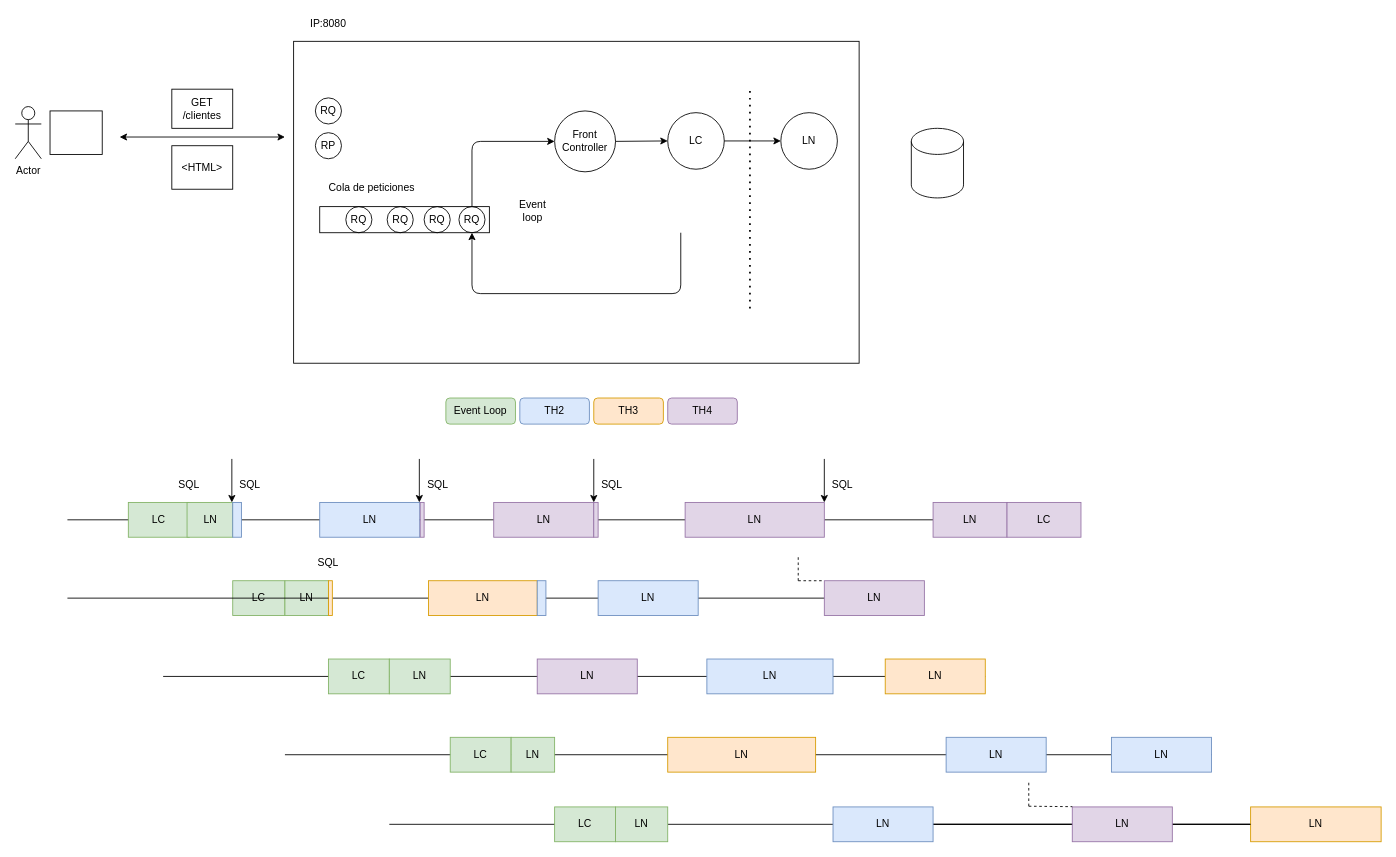
lrag/Quarkus keeps this draw.io diagram as page "Página-7" (7 of 11) of quarkus.drawio. Above is the earlier version. Source tidied: cells renumbered, new cells numbered last; positions are measured from the earlier drawing's top-left corner, leaving out a move shared by most shapes. Both pictures are drawn from the tidied source at 87%, with x=0, y=0 at pixel (15, 15).
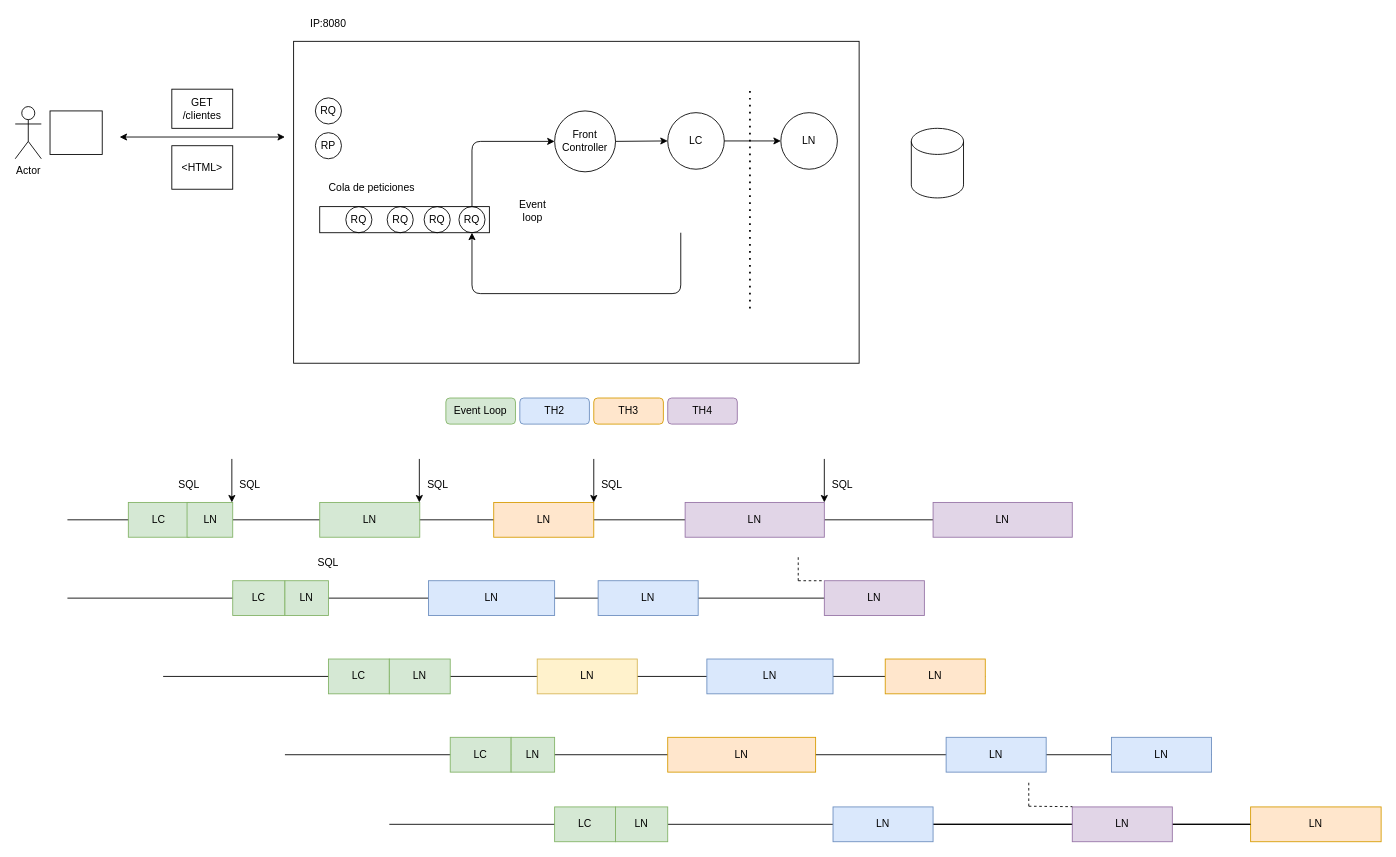
After the change.

The change refers to these unchanged cells:
```xml
<mxCell id="32" value="LN" style="rounded=0;whiteSpace=wrap;html=1;fillColor=#e1d5e7;strokeColor=#9673a6;" parent="1" vertex="1">
  <mxGeometry x="770" y="560" width="160" height="40" as="geometry" />
</mxCell>
<mxCell id="38" value="LN" style="rounded=0;whiteSpace=wrap;html=1;fillColor=#e1d5e7;strokeColor=#9673a6;" parent="1" vertex="1">
  <mxGeometry x="930" y="650" width="115" height="40" as="geometry" />
</mxCell>
<mxCell id="68" value="LN" style="rounded=0;whiteSpace=wrap;html=1;fillColor=#d5e8d4;strokeColor=#82b366;" parent="1" vertex="1">
  <mxGeometry x="197.5" y="560" width="52.5" height="40" as="geometry" />
</mxCell>
```

What changed in the source:
```diff
@@
-    <mxCell id="4" style="endArrow=none;html=1;startArrow=none;" parent="1" edge="1" source="83" target="32">
+    <mxCell id="4" style="endArrow=none;html=1;startArrow=none;" parent="1" edge="1" source="68" target="32">
       <mxGeometry relative="1" as="geometry" />
     </mxCell>
@@
-    <mxCell id="6" style="endArrow=none;html=1;startArrow=none;" parent="1" edge="1" source="88" target="38">
+    <mxCell id="6" style="endArrow=none;html=1;" parent="1" edge="1" target="38">
       <mxGeometry relative="1" as="geometry">
+        <mxPoint x="60" y="670" as="sourcePoint" />
         <Array as="points">
           <mxPoint x="520" y="670" />
         </Array>
       </mxGeometry>
     </mxCell>
@@
-    <mxCell id="29" value="LN" style="rounded=0;whiteSpace=wrap;html=1;fillColor=#dae8fc;strokeColor=#6c8ebf;" parent="1" vertex="1">
+    <mxCell id="29" value="LN" style="rounded=0;whiteSpace=wrap;html=1;fillColor=#d5e8d4;strokeColor=#82b366;" parent="1" vertex="1">
       <mxGeometry x="350" y="560" width="115" height="40" as="geometry" />
     </mxCell>
@@
-    <mxCell id="31" value="LN" style="rounded=0;whiteSpace=wrap;html=1;fillColor=#e1d5e7;strokeColor=#9673a6;" parent="1" vertex="1">
+    <mxCell id="31" value="LN" style="rounded=0;whiteSpace=wrap;html=1;fillColor=#ffe6cc;strokeColor=#d79b00;" parent="1" vertex="1">
       <mxGeometry x="550" y="560" width="115" height="40" as="geometry" />
     </mxCell>
@@
-    <mxCell id="35" value="LN" style="rounded=0;whiteSpace=wrap;html=1;fillColor=#ffe6cc;strokeColor=#d79b00;" parent="1" vertex="1">
-      <mxGeometry x="475" y="650" width="125" height="40" as="geometry" />
+    <mxCell id="35" value="LN" style="rounded=0;whiteSpace=wrap;html=1;fillColor=#dae8fc;strokeColor=#6c8ebf;" parent="1" vertex="1">
+      <mxGeometry x="475" y="650" width="145" height="40" as="geometry" />
     </mxCell>
@@
-    <mxCell id="41" value="LN" style="rounded=0;whiteSpace=wrap;html=1;fillColor=#e1d5e7;strokeColor=#9673a6;" parent="1" vertex="1">
+    <mxCell id="41" value="LN" style="rounded=0;whiteSpace=wrap;html=1;fillColor=#fff2cc;strokeColor=#d6b656;" parent="1" vertex="1">
       <mxGeometry x="600" y="740" width="115" height="40" as="geometry" />
     </mxCell>
@@
     <mxCell id="65" value="LN" style="rounded=0;whiteSpace=wrap;html=1;fillColor=#e1d5e7;strokeColor=#9673a6;" parent="1" vertex="1">
-      <mxGeometry x="1055" y="560" width="85" height="40" as="geometry" />
+      <mxGeometry x="1055" y="560" width="160" height="40" as="geometry" />
     </mxCell>
@@
-    <mxCell id="83" style="rounded=0;whiteSpace=wrap;html=1;fillColor=#dae8fc;strokeColor=#6c8ebf;" parent="1" vertex="1">
-      <mxGeometry x="250" y="560" width="10" height="40" as="geometry" />
-    </mxCell>
-    <mxCell id="84" style="endArrow=none;html=1;startArrow=none;" parent="1" edge="1" source="68" target="83">
-      <mxGeometry relative="1" as="geometry" />
-    </mxCell>
-    <mxCell id="85" style="rounded=0;whiteSpace=wrap;html=1;fillColor=#e1d5e7;strokeColor=#9673a6;" parent="1" vertex="1">
-      <mxGeometry x="465.5" y="560" width="4.5" height="40" as="geometry" />
-    </mxCell>
-    <mxCell id="86" style="rounded=0;whiteSpace=wrap;html=1;fillColor=#e1d5e7;strokeColor=#9673a6;" parent="1" vertex="1">
-      <mxGeometry x="665" y="560" width="5" height="40" as="geometry" />
-    </mxCell>
-    <mxCell id="87" value="LC" style="rounded=0;whiteSpace=wrap;html=1;fillColor=#e1d5e7;strokeColor=#9673a6;" parent="1" vertex="1">
-      <mxGeometry x="1140" y="560" width="85" height="40" as="geometry" />
-    </mxCell>
-    <mxCell id="88" style="rounded=0;whiteSpace=wrap;html=1;fillColor=#ffe6cc;strokeColor=#d79b00;" parent="1" vertex="1">
-      <mxGeometry x="360" y="650" width="4.5" height="40" as="geometry" />
-    </mxCell>
-    <mxCell id="89" style="endArrow=none;html=1;" parent="1" edge="1" target="88">
-      <mxGeometry relative="1" as="geometry">
-        <mxPoint x="60" y="670" as="sourcePoint" />
-      </mxGeometry>
-    </mxCell>
-    <mxCell id="90" style="rounded=0;whiteSpace=wrap;html=1;fillColor=#dae8fc;strokeColor=#6c8ebf;" parent="1" vertex="1">
-      <mxGeometry x="600" y="650" width="10" height="40" as="geometry" />
-    </mxCell>
```
